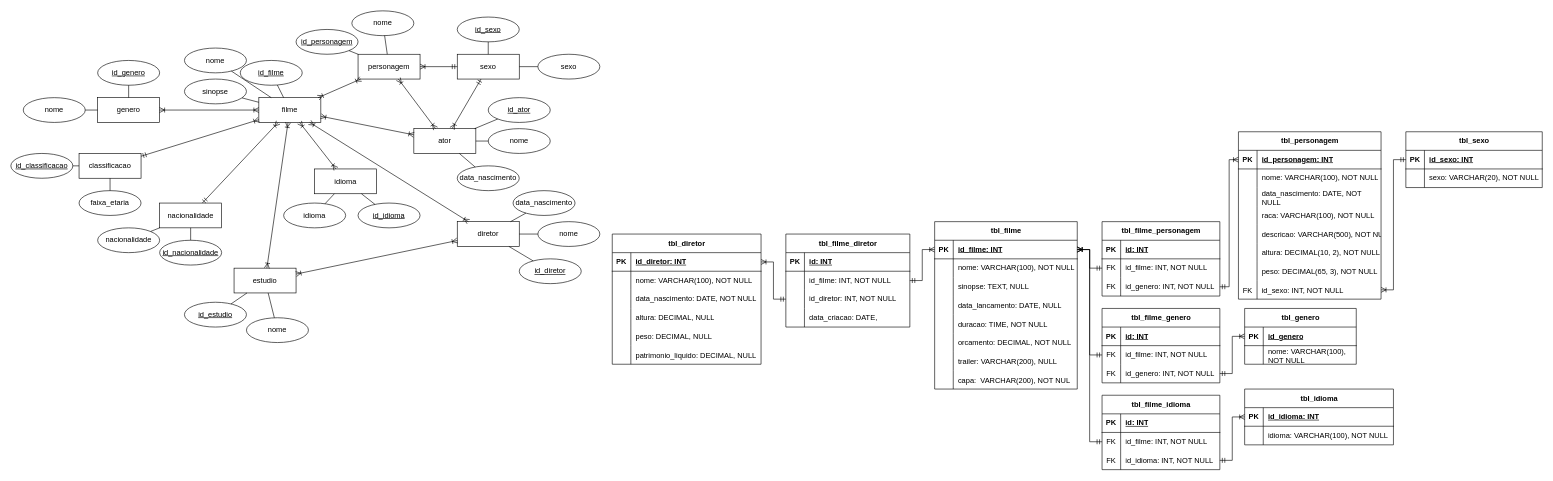
Earlier version of the draw.io diagram diagrama_API-MOVIES.drawio (leonardo-scotti/pback-api_movies). Source tidied: cells renumbered, new cells numbered last; positions are measured from the earlier drawing's top-left corner, leaving out a move shared by most shapes. Both pictures are drawn from the tidied source at 62%, with x=0, y=0 at pixel (11, 11).
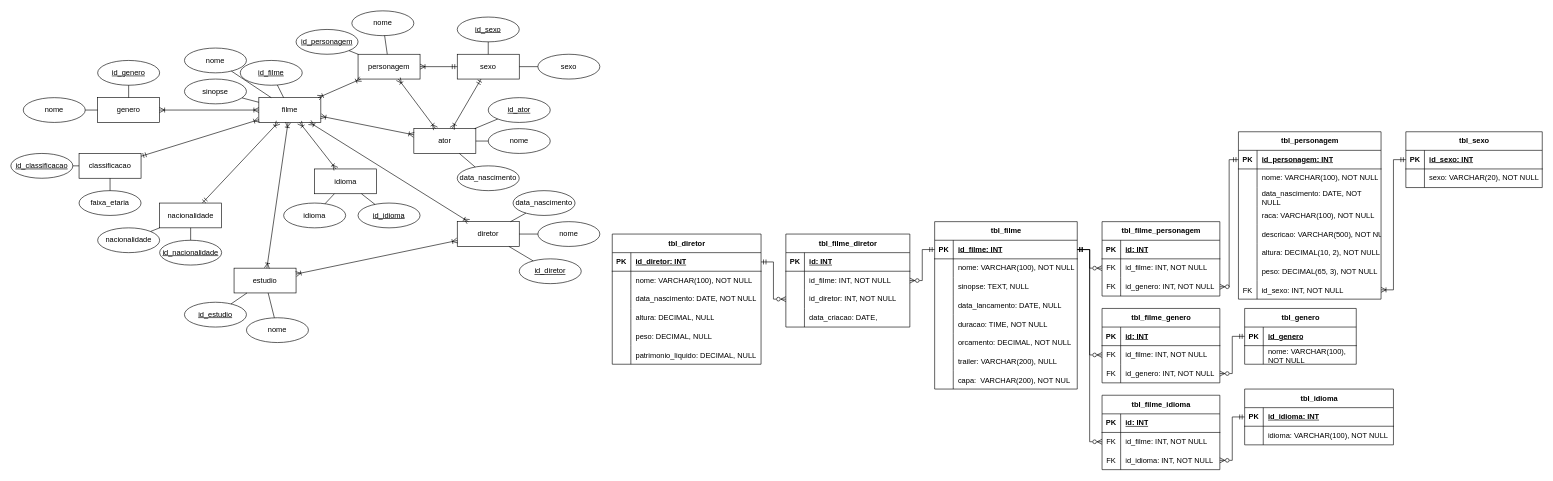
After the change.

The change refers to these unchanged cells:
```xml
<mxCell id="70" style="shape=tableRow;horizontal=0;startSize=0;swimlaneHead=0;swimlaneBody=0;fillColor=none;points=[[0,0.5],[1,0.5]];portConstraint=eastwest;top=0;left=0;right=0;bottom=1;" parent="69" vertex="1">
  <mxGeometry y="30" width="230" height="30" as="geometry" />
</mxCell>
<mxCell id="95" style="shape=tableRow;horizontal=0;startSize=0;swimlaneHead=0;swimlaneBody=0;fillColor=none;points=[[0,0.5],[1,0.5]];portConstraint=eastwest;top=0;left=0;right=0;bottom=1;" parent="94" vertex="1">
  <mxGeometry y="30" width="230" height="30" as="geometry" />
</mxCell>
<mxCell id="123" style="shape=tableRow;horizontal=0;startSize=0;swimlaneHead=0;swimlaneBody=0;fillColor=none;points=[[0,0.5],[1,0.5]];portConstraint=eastwest;top=0;left=0;right=0;bottom=0;" parent="119" vertex="1">
  <mxGeometry y="60" width="190" height="30" as="geometry" />
</mxCell>
<mxCell id="126" style="shape=tableRow;horizontal=0;startSize=0;swimlaneHead=0;swimlaneBody=0;fillColor=none;points=[[0,0.5],[1,0.5]];portConstraint=eastwest;top=0;left=0;right=0;bottom=0;" parent="119" vertex="1">
  <mxGeometry y="90" width="190" height="30" as="geometry" />
</mxCell>
<mxCell id="132" style="shape=tableRow;horizontal=0;startSize=0;swimlaneHead=0;swimlaneBody=0;fillColor=none;points=[[0,0.5],[1,0.5]];portConstraint=eastwest;top=0;left=0;right=0;bottom=1;" parent="131" vertex="1">
  <mxGeometry y="30" width="180" height="30" as="geometry" />
</mxCell>
<mxCell id="142" style="shape=tableRow;horizontal=0;startSize=0;swimlaneHead=0;swimlaneBody=0;fillColor=none;points=[[0,0.5],[1,0.5]];portConstraint=eastwest;top=0;left=0;right=0;bottom=0;" parent="138" vertex="1">
  <mxGeometry y="60" width="190" height="30" as="geometry" />
</mxCell>
<mxCell id="145" style="shape=tableRow;horizontal=0;startSize=0;swimlaneHead=0;swimlaneBody=0;fillColor=none;points=[[0,0.5],[1,0.5]];portConstraint=eastwest;top=0;left=0;right=0;bottom=0;" parent="138" vertex="1">
  <mxGeometry y="90" width="190" height="30" as="geometry" />
</mxCell>
<mxCell id="151" style="shape=tableRow;horizontal=0;startSize=0;swimlaneHead=0;swimlaneBody=0;fillColor=none;points=[[0,0.5],[1,0.5]];portConstraint=eastwest;top=0;left=0;right=0;bottom=1;" parent="150" vertex="1">
  <mxGeometry y="30" width="240" height="30" as="geometry" />
</mxCell>
<mxCell id="161" style="shape=tableRow;horizontal=0;startSize=0;swimlaneHead=0;swimlaneBody=0;fillColor=none;points=[[0,0.5],[1,0.5]];portConstraint=eastwest;top=0;left=0;right=0;bottom=0;" parent="157" vertex="1">
  <mxGeometry y="60" width="190" height="30" as="geometry" />
</mxCell>
<mxCell id="164" style="shape=tableRow;horizontal=0;startSize=0;swimlaneHead=0;swimlaneBody=0;fillColor=none;points=[[0,0.5],[1,0.5]];portConstraint=eastwest;top=0;left=0;right=0;bottom=0;" parent="157" vertex="1">
  <mxGeometry y="90" width="190" height="30" as="geometry" />
</mxCell>
<mxCell id="170" style="shape=tableRow;horizontal=0;startSize=0;swimlaneHead=0;swimlaneBody=0;fillColor=none;points=[[0,0.5],[1,0.5]];portConstraint=eastwest;top=0;left=0;right=0;bottom=1;" parent="169" vertex="1">
  <mxGeometry y="30" width="240" height="30" as="geometry" />
</mxCell>
<mxCell id="193" style="shape=tableRow;horizontal=0;startSize=0;swimlaneHead=0;swimlaneBody=0;fillColor=none;points=[[0,0.5],[1,0.5]];portConstraint=eastwest;top=0;left=0;right=0;bottom=0;" parent="189" vertex="1">
  <mxGeometry y="60" width="200" height="30" as="geometry" />
</mxCell>
<mxCell id="196" style="shape=tableRow;horizontal=0;startSize=0;swimlaneHead=0;swimlaneBody=0;fillColor=none;points=[[0,0.5],[1,0.5]];portConstraint=eastwest;top=0;left=0;right=0;bottom=0;" parent="189" vertex="1">
  <mxGeometry y="90" width="200" height="30" as="geometry" />
</mxCell>
```

What changed in the source:
```diff
@@
-    <mxCell id="129" style="endArrow=ERmandOne;html=1;rounded=0;edgeStyle=orthogonalEdgeStyle;startArrow=ERoneToMany;startFill=0;endFill=0;" parent="1" edge="1" source="70" target="123">
+    <mxCell id="129" style="endArrow=ERzeroToMany;html=1;rounded=0;edgeStyle=orthogonalEdgeStyle;startArrow=ERmandOne;startFill=0;endFill=0;" parent="1" edge="1" source="70" target="123">
       <mxGeometry relative="1" as="geometry" />
     </mxCell>
-    <mxCell id="130" style="endArrow=ERoneToMany;html=1;rounded=0;edgeStyle=orthogonalEdgeStyle;endFill=0;startArrow=ERmandOne;startFill=0;" parent="1" edge="1" source="126" target="95">
+    <mxCell id="130" style="endArrow=ERmandOne;html=1;rounded=0;edgeStyle=orthogonalEdgeStyle;endFill=0;startArrow=ERzeroToMany;startFill=0;" parent="1" edge="1" source="126" target="95">
       <mxGeometry relative="1" as="geometry" />
     </mxCell>
@@
-    <mxCell id="148" style="endArrow=ERoneToMany;html=1;rounded=0;edgeStyle=orthogonalEdgeStyle;endFill=0;startArrow=ERmandOne;startFill=0;" parent="1" edge="1" source="145" target="132">
+    <mxCell id="148" style="endArrow=ERmandOne;html=1;rounded=0;edgeStyle=orthogonalEdgeStyle;endFill=0;startArrow=ERzeroToMany;startFill=0;" parent="1" edge="1" source="145" target="132">
       <mxGeometry relative="1" as="geometry" />
     </mxCell>
-    <mxCell id="149" style="endArrow=ERmandOne;html=1;rounded=0;edgeStyle=orthogonalEdgeStyle;startArrow=ERoneToMany;startFill=0;endFill=0;" parent="1" edge="1" source="70" target="142">
+    <mxCell id="149" style="endArrow=ERzeroToMany;html=1;rounded=0;edgeStyle=orthogonalEdgeStyle;startArrow=ERmandOne;startFill=0;endFill=0;" parent="1" edge="1" source="70" target="142">
       <mxGeometry relative="1" as="geometry" />
     </mxCell>
@@
-    <mxCell id="167" style="endArrow=ERoneToMany;html=1;rounded=0;edgeStyle=orthogonalEdgeStyle;endFill=0;startArrow=ERmandOne;startFill=0;" parent="1" edge="1" source="164" target="151">
+    <mxCell id="167" style="endArrow=ERmandOne;html=1;rounded=0;edgeStyle=orthogonalEdgeStyle;endFill=0;startArrow=ERzeroToMany;startFill=0;" parent="1" edge="1" source="164" target="151">
       <mxGeometry relative="1" as="geometry" />
     </mxCell>
-    <mxCell id="168" style="endArrow=ERmandOne;html=1;rounded=0;edgeStyle=orthogonalEdgeStyle;startArrow=ERoneToMany;startFill=0;endFill=0;" parent="1" edge="1" source="70" target="161">
+    <mxCell id="168" style="endArrow=ERzeroToMany;html=1;rounded=0;edgeStyle=orthogonalEdgeStyle;startArrow=ERmandOne;startFill=0;endFill=0;" parent="1" edge="1" source="70" target="161">
       <mxGeometry relative="1" as="geometry" />
     </mxCell>
@@
-    <mxCell id="202" style="endArrow=ERoneToMany;html=1;rounded=0;edgeStyle=orthogonalEdgeStyle;endFill=0;startArrow=ERmandOne;startFill=0;" parent="1" edge="1" source="193" target="70">
+    <mxCell id="202" style="endArrow=ERmandOne;html=1;rounded=0;edgeStyle=orthogonalEdgeStyle;endFill=0;startArrow=ERzeroToMany;startFill=0;" parent="1" edge="1" source="193" target="70">
       <mxGeometry relative="1" as="geometry" />
     </mxCell>
-    <mxCell id="203" style="endArrow=ERmandOne;html=1;rounded=0;edgeStyle=orthogonalEdgeStyle;startArrow=ERoneToMany;startFill=0;endFill=0;" parent="1" edge="1" source="170" target="196">
+    <mxCell id="203" style="endArrow=ERzeroToMany;html=1;rounded=0;edgeStyle=orthogonalEdgeStyle;startArrow=ERmandOne;startFill=0;endFill=0;" parent="1" edge="1" source="170" target="196">
       <mxGeometry relative="1" as="geometry" />
     </mxCell>
```
